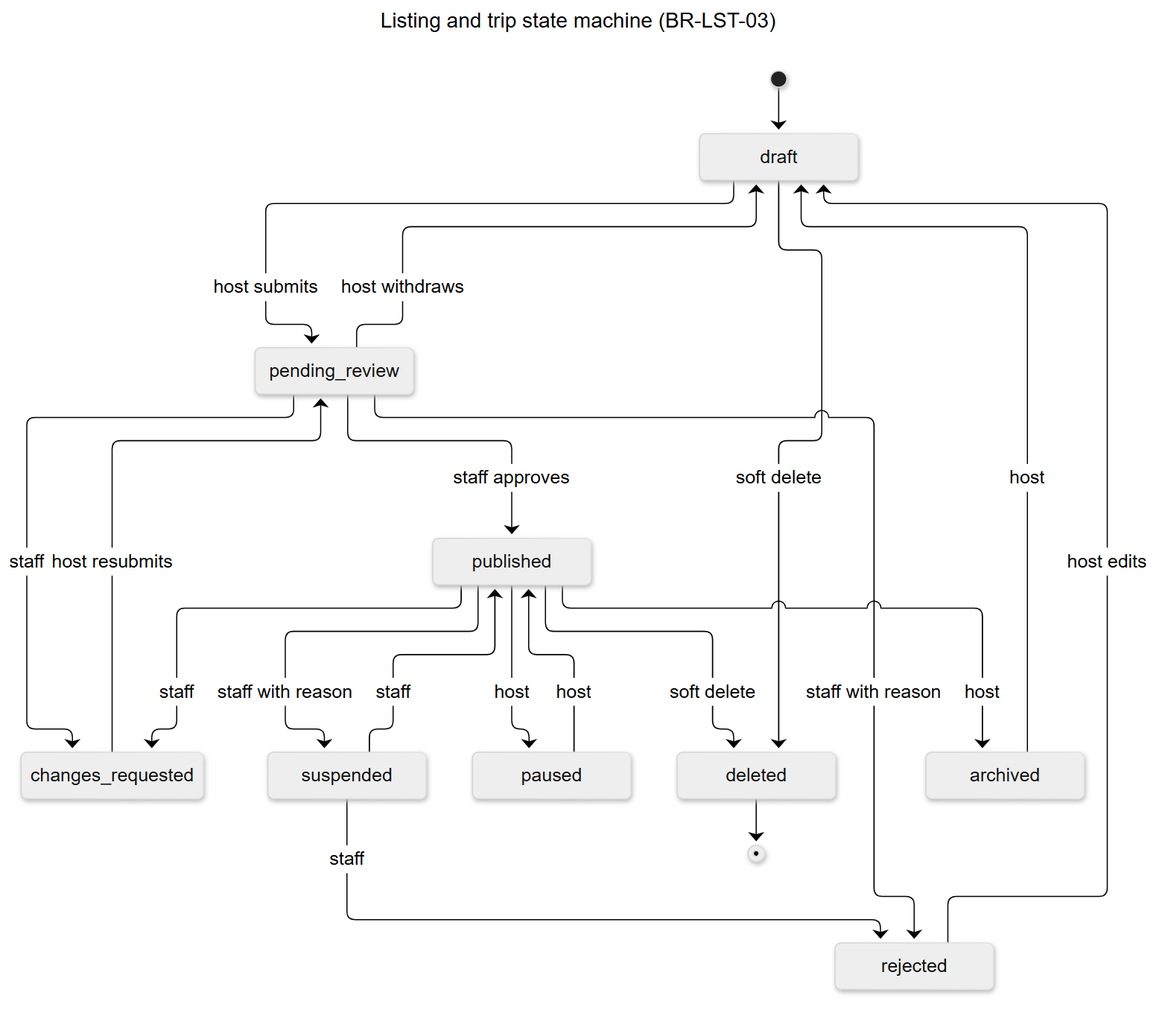
The Mermaid diagram docs/backend/diagrams/rendered/11-listing-states.png in med-amine-ok/darna, before a commit. Its source is kept beside it as docs/backend/diagrams/11-listing-states.mmd.
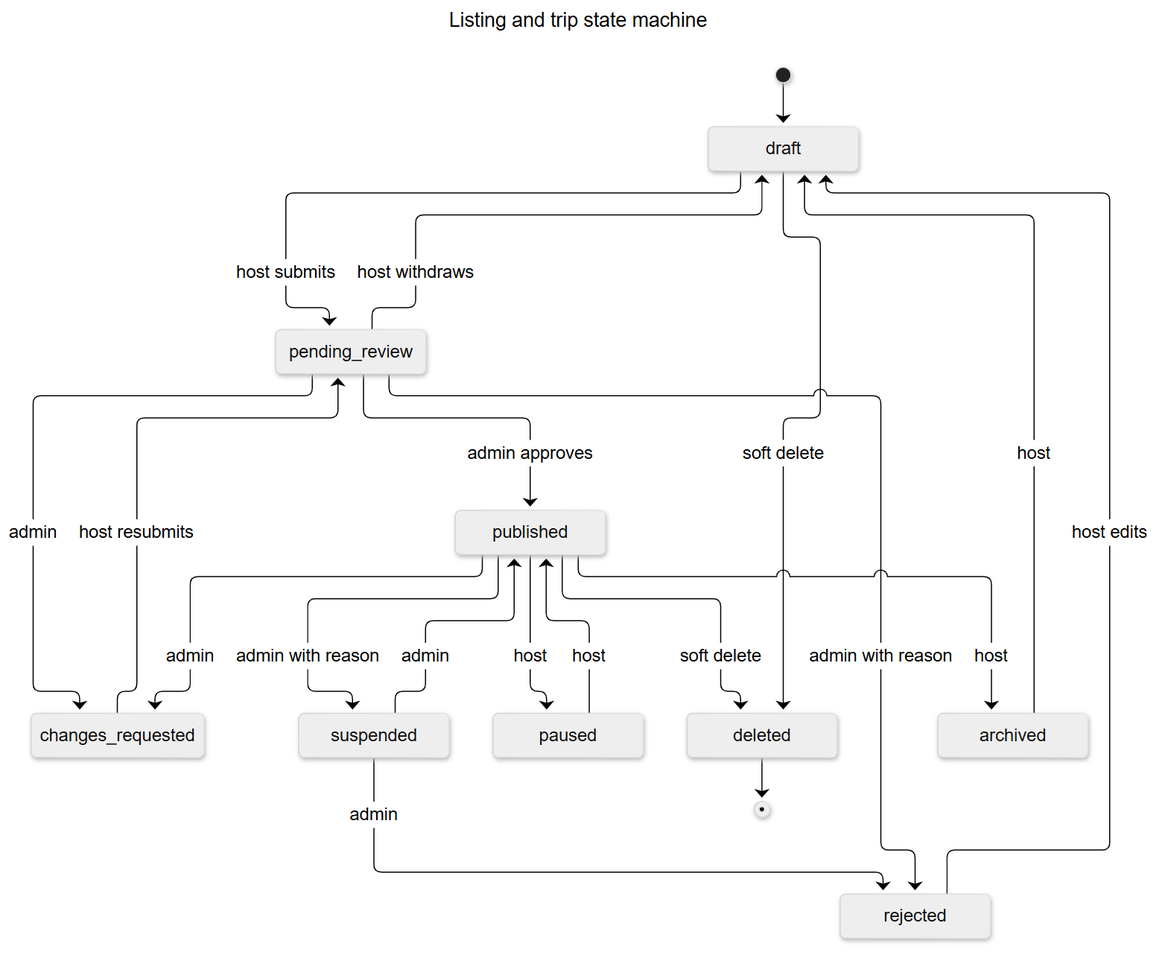
After the change.

Change to the diagram source:
```diff
@@ -1,12 +1,12 @@
 ---
-title: Listing and trip state machine (BR-LST-03)
+title: Listing and trip state machine
 ---
 stateDiagram-v2
     [*] --> draft
     draft --> pending_review: host submits
-    pending_review --> published: staff approves
-    pending_review --> changes_requested: staff
-    pending_review --> rejected: staff with reason
+    pending_review --> published: admin approves
+    pending_review --> changes_requested: admin
+    pending_review --> rejected: admin with reason
     pending_review --> draft: host withdraws
     changes_requested --> pending_review: host resubmits
     rejected --> draft: host edits
@@ -14,10 +14,10 @@
     paused --> published: host
     published --> archived: host
     archived --> draft: host
-    published --> suspended: staff with reason
-    published --> changes_requested: staff
-    suspended --> published: staff
-    suspended --> rejected: staff
+    published --> suspended: admin with reason
+    published --> changes_requested: admin
+    suspended --> published: admin
+    suspended --> rejected: admin
     draft --> deleted: soft delete
     published --> deleted: soft delete
     deleted --> [*]
```
